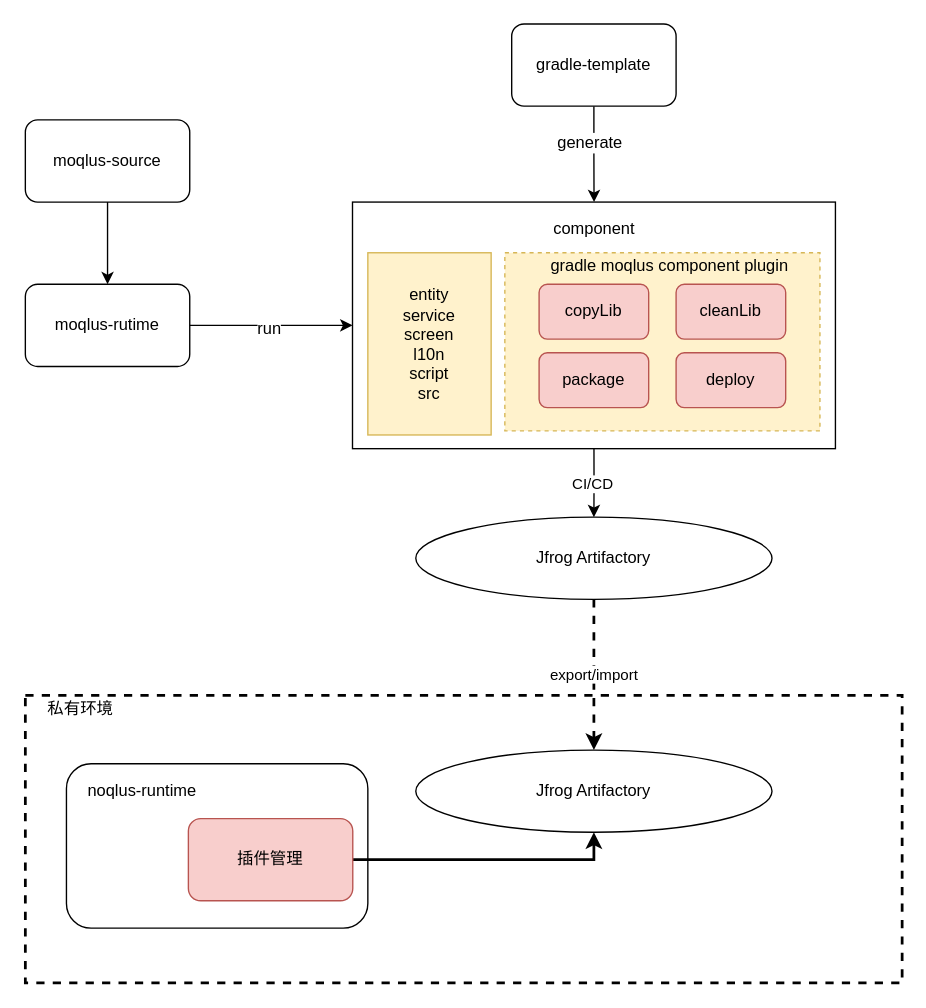
Earlier version of the draw.io diagram yunify/moqlus_component_cicd.drawio (jiangliuhong/drawdb). Source tidied: cells renumbered, new cells numbered last; positions are measured from the earlier drawing's top-left corner, leaving out a move shared by most shapes. Both pictures are drawn from the tidied source at 137%, with x=0, y=0 at pixel (25, 23).
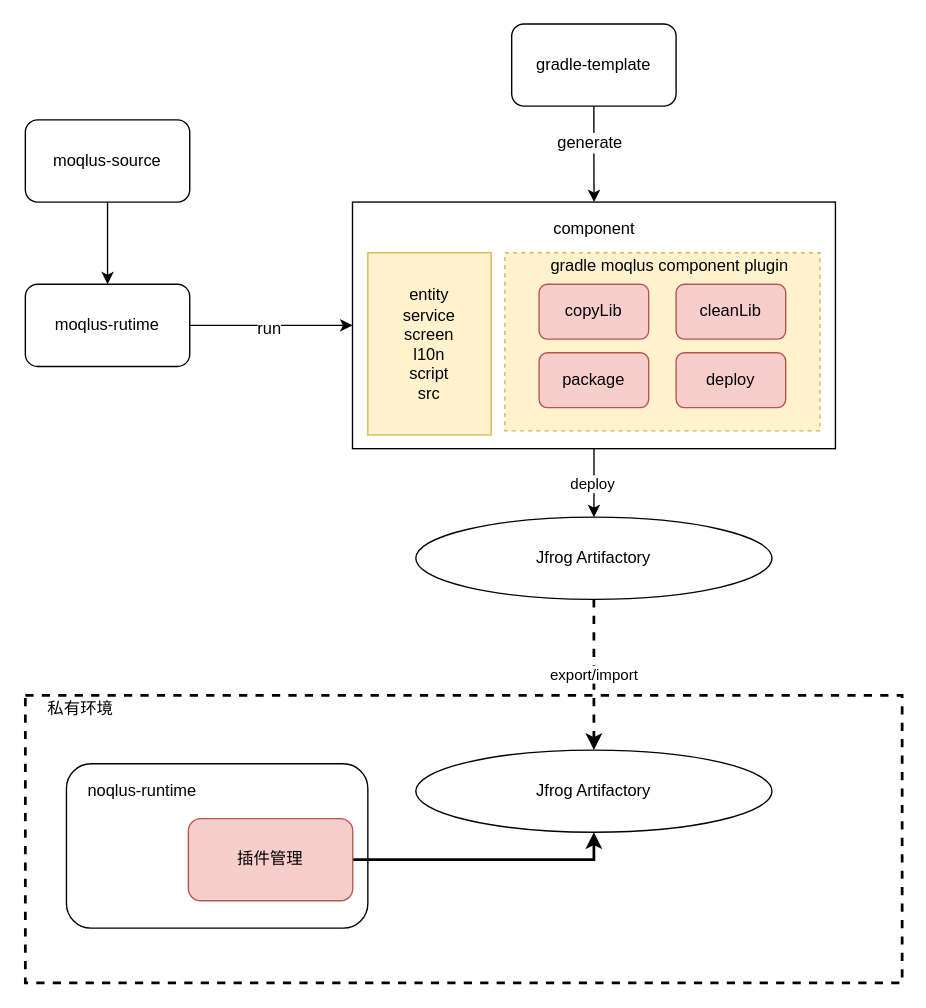
The same page after the edit.

Unchanged cells that the change refers to:
```xml
<mxCell id="3" style="edgeStyle=orthogonalEdgeStyle;rounded=0;jettySize=auto;html=1;exitX=0.5;exitY=1;exitDx=0;exitDy=0;" parent="1" edge="1" source="5" target="15">
  <mxGeometry relative="1" as="geometry" />
</mxCell>
```

Change to the diagram source:
```diff
@@
-    <mxCell id="4" value="CI/CD" style="edgeLabel;html=1;align=center;verticalAlign=middle;" parent="3" vertex="1">
+    <mxCell id="4" value="deploy" style="edgeLabel;html=1;align=center;verticalAlign=middle;" parent="3" vertex="1">
       <mxGeometry y="-2" relative="1" as="geometry">
         <mxPoint y="1" as="offset" />
       </mxGeometry>
     </mxCell>
```
